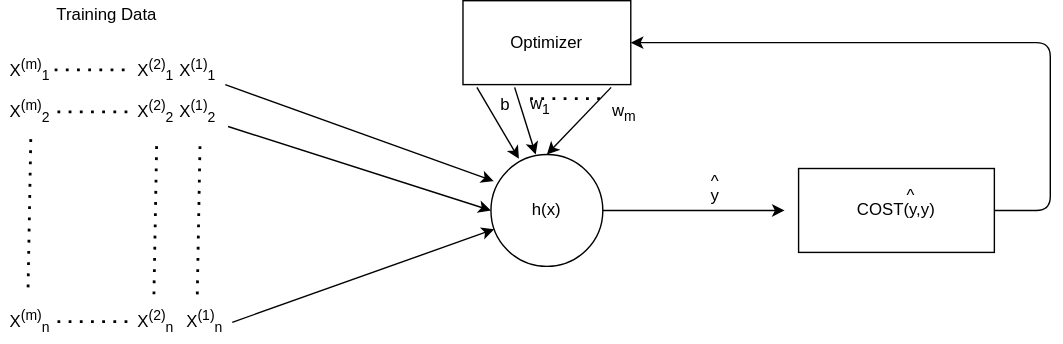
Earlier version of the draw.io export assets/images/supervised/M-training-network.svg (ronen567/just-the-docs). Source tidied: cells renumbered, new cells last; positions are measured from the earlier drawing's top-left corner, leaving out a move shared by most shapes.
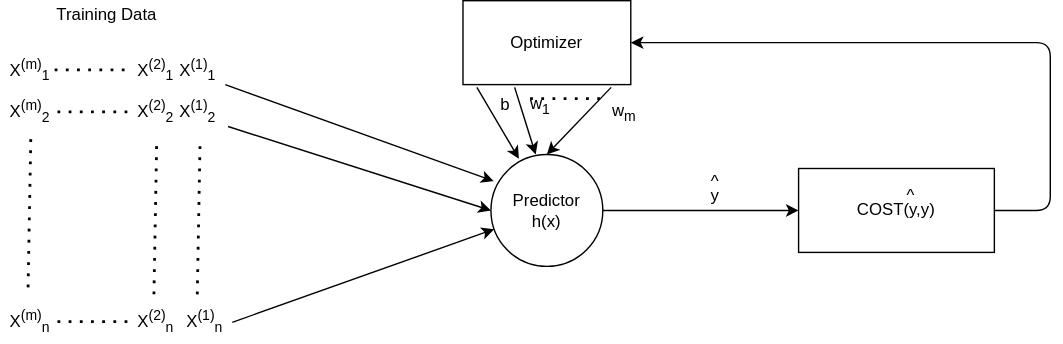
The same diagram one commit later.

The edit, as a diff of the source:
```diff
@@ -2,7 +2,7 @@
   <root>
     <mxCell id="0" />
     <mxCell id="1" parent="0" />
-    <mxCell id="2" value="h(x)" style="ellipse;whiteSpace=wrap;html=1;" parent="1" vertex="1">
+    <mxCell id="2" value="Predictor&lt;br&gt;h(x)" style="ellipse;whiteSpace=wrap;html=1;" parent="1" vertex="1">
       <mxGeometry x="350" y="110" width="80" height="80" as="geometry" />
     </mxCell>
     <mxCell id="3" style="endArrow=classic;html=1;entryX=0.025;entryY=0.238;entryDx=0;entryDy=0;entryPerimeter=0;exitX=1;exitY=0.833;exitDx=0;exitDy=0;exitPerimeter=0;" parent="1" edge="1" source="8" target="2">
@@ -97,10 +97,8 @@
     <mxCell id="27" value="^" style="text;html=1;align=center;verticalAlign=middle;" parent="1" vertex="1">
       <mxGeometry x="500" y="120" width="20" height="20" as="geometry" />
     </mxCell>
-    <mxCell id="28" style="endArrow=classic;html=1;exitX=1;exitY=0.5;exitDx=0;exitDy=0;" parent="1" edge="1" source="2">
-      <mxGeometry relative="1" as="geometry">
-        <mxPoint x="560" y="150" as="targetPoint" />
-      </mxGeometry>
+    <mxCell id="28" style="endArrow=classic;html=1;exitX=1;exitY=0.5;exitDx=0;exitDy=0;entryX=0;entryY=0.5;entryDx=0;entryDy=0;" parent="1" edge="1" source="2" target="25">
+      <mxGeometry relative="1" as="geometry" />
     </mxCell>
     <mxCell id="29" value="^" style="text;html=1;align=center;verticalAlign=middle;" parent="1" vertex="1">
       <mxGeometry x="640" y="130" width="20" height="20" as="geometry" />
```
